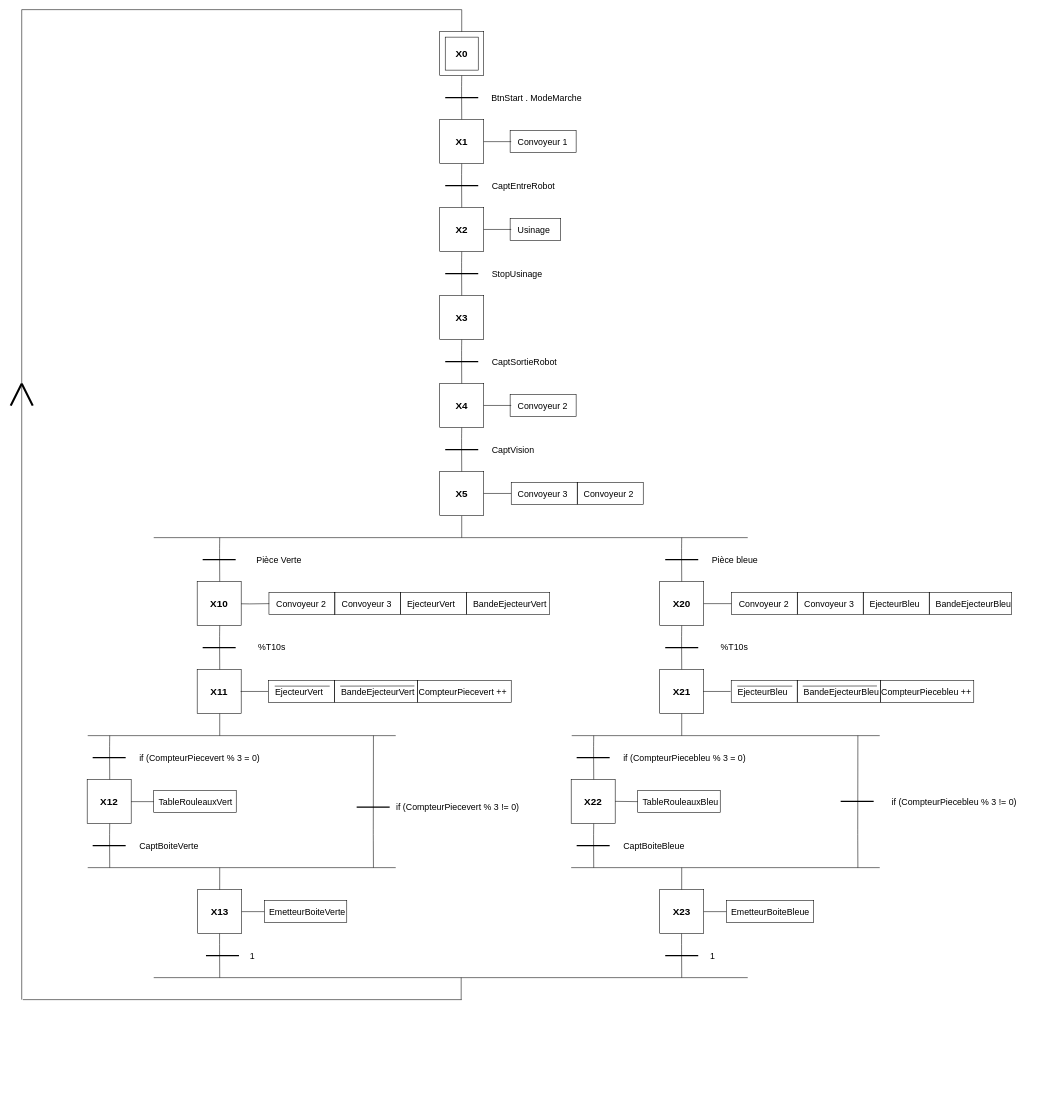
Before: Auto.drawio in Sem98-chain/INSA, a draw.io diagram. Source tidied: cells renumbered, new cells numbered last; positions are measured from the earlier drawing's top-left corner, leaving out a move shared by most shapes. Both pictures are drawn from the tidied source at 55%, with x=0, y=0 at pixel (10, 9).
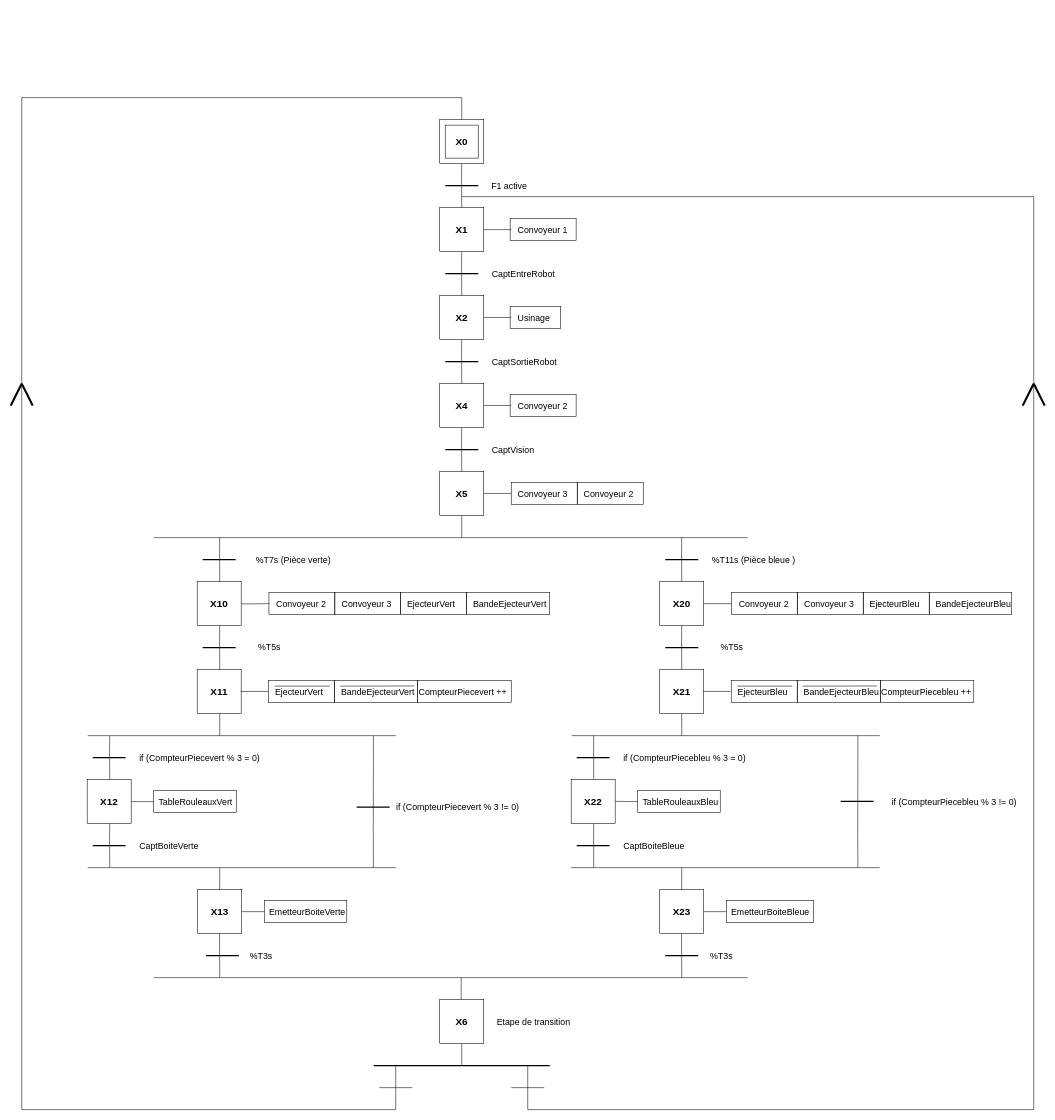
The same page after the edit.

Unchanged cells that the change refers to:
```xml
<mxCell id="5" style="whiteSpace=wrap;html=1;" parent="4" vertex="1">
  <mxGeometry width="80" height="80" as="geometry" />
</mxCell>
<mxCell id="113" style="group;" parent="1" vertex="1">
  <mxGeometry x="780" y="780" width="496" height="140" as="geometry" />
</mxCell>
```

Diff of the diagram source:
```diff
@@
     <mxCell id="4" style="group;" parent="1" vertex="1">
-      <mxGeometry x="780" y="40" width="80" height="80" as="geometry" />
+      <mxGeometry x="780" y="200" width="80" height="80" as="geometry" />
     </mxCell>
@@
     <mxCell id="8" style="endArrow=none;html=1;entryX=0.5;entryY=1;entryDx=0;entryDy=0;exitX=0.5;exitY=0;exitDx=0;exitDy=0;" parent="1" edge="1" source="9" target="5">
       <mxGeometry relative="1" as="geometry">
         <Array as="points">
-          <mxPoint x="819.7" y="140" />
+          <mxPoint x="819.7" y="300" />
         </Array>
       </mxGeometry>
     </mxCell>
     <mxCell id="9" style="whiteSpace=wrap;html=1;" parent="1" vertex="1">
-      <mxGeometry x="780" y="200" width="80" height="80" as="geometry" />
+      <mxGeometry x="780" y="360" width="80" height="80" as="geometry" />
     </mxCell>
     <mxCell id="10" style="endArrow=none;html=1;strokeWidth=2;" parent="1" edge="1">
       <mxGeometry relative="1" as="geometry">
-        <mxPoint x="790" y="160" as="sourcePoint" />
-        <mxPoint x="850" y="160" as="targetPoint" />
+        <mxPoint x="790" y="320" as="sourcePoint" />
+        <mxPoint x="850" y="320" as="targetPoint" />
       </mxGeometry>
     </mxCell>
     <mxCell id="11" style="endArrow=none;html=1;entryX=0.5;entryY=1;entryDx=0;entryDy=0;exitX=0.5;exitY=0;exitDx=0;exitDy=0;" parent="1" edge="1" source="12">
       <mxGeometry relative="1" as="geometry">
-        <mxPoint x="820" y="280" as="targetPoint" />
+        <mxPoint x="820" y="440" as="targetPoint" />
         <Array as="points">
-          <mxPoint x="819.7" y="300" />
+          <mxPoint x="819.7" y="460" />
         </Array>
       </mxGeometry>
     </mxCell>
     <mxCell id="12" style="whiteSpace=wrap;html=1;" parent="1" vertex="1">
-      <mxGeometry x="780" y="360" width="80" height="80" as="geometry" />
+      <mxGeometry x="780" y="520" width="80" height="80" as="geometry" />
     </mxCell>
     <mxCell id="13" style="endArrow=none;html=1;strokeWidth=2;" parent="1" edge="1">
       <mxGeometry relative="1" as="geometry">
-        <mxPoint x="790" y="320" as="sourcePoint" />
-        <mxPoint x="850" y="320" as="targetPoint" />
+        <mxPoint x="790" y="480" as="sourcePoint" />
+        <mxPoint x="850" y="480" as="targetPoint" />
       </mxGeometry>
     </mxCell>
-    <mxCell id="14" style="endArrow=none;html=1;entryX=0.5;entryY=1;entryDx=0;entryDy=0;exitX=0.5;exitY=0;exitDx=0;exitDy=0;" parent="1" edge="1" source="15">
-      <mxGeometry relative="1" as="geometry">
-        <mxPoint x="820" y="440" as="targetPoint" />
-        <Array as="points">
-          <mxPoint x="819.7" y="460" />
-        </Array>
-      </mxGeometry>
-    </mxCell>
-    <mxCell id="15" style="whiteSpace=wrap;html=1;" parent="1" vertex="1">
-      <mxGeometry x="780" y="520" width="80" height="80" as="geometry" />
-    </mxCell>
-    <mxCell id="16" style="endArrow=none;html=1;strokeWidth=2;" parent="1" edge="1">
-      <mxGeometry relative="1" as="geometry">
-        <mxPoint x="790" y="480" as="sourcePoint" />
-        <mxPoint x="850" y="480" as="targetPoint" />
-      </mxGeometry>
-    </mxCell>
-    <mxCell id="17" value="&lt;font style=&quot;font-size: 16px&quot;&gt;BtnStart . ModeMarche&lt;/font&gt;" style="text;html=1;strokeColor=none;fillColor=none;align=left;verticalAlign=middle;whiteSpace=wrap;rounded=0;" parent="1" vertex="1">
-      <mxGeometry x="872" y="150" width="236" height="20" as="geometry" />
+    <mxCell id="17" value="&lt;font style=&quot;font-size: 16px&quot;&gt;F1 active&lt;/font&gt;" style="text;html=1;strokeColor=none;fillColor=none;align=left;verticalAlign=middle;whiteSpace=wrap;rounded=0;" parent="1" vertex="1">
+      <mxGeometry x="872" y="310" width="148" height="20" as="geometry" />
     </mxCell>
     <mxCell id="18" value="&lt;font size=&quot;1&quot;&gt;&lt;b style=&quot;font-size: 18px&quot;&gt;X1&lt;/b&gt;&lt;/font&gt;" style="text;html=1;strokeColor=none;fillColor=none;align=center;verticalAlign=middle;whiteSpace=wrap;rounded=0;" parent="1" vertex="1">
-      <mxGeometry x="800" y="230" width="40" height="20" as="geometry" />
+      <mxGeometry x="800" y="390" width="40" height="20" as="geometry" />
     </mxCell>
     <mxCell id="19" value="&lt;font size=&quot;1&quot;&gt;&lt;b style=&quot;font-size: 18px&quot;&gt;X2&lt;/b&gt;&lt;/font&gt;" style="text;html=1;strokeColor=none;fillColor=none;align=center;verticalAlign=middle;whiteSpace=wrap;rounded=0;" parent="1" vertex="1">
-      <mxGeometry x="800" y="390" width="40" height="20" as="geometry" />
+      <mxGeometry x="800" y="550" width="40" height="20" as="geometry" />
     </mxCell>
     <mxCell id="20" style="endArrow=none;html=1;strokeWidth=1;exitX=0.5;exitY=0;exitDx=0;exitDy=0;" parent="1" edge="1" source="5">
       <mxGeometry relative="1" as="geometry">
-        <mxPoint x="820" as="targetPoint" />
+        <mxPoint x="820" y="160" as="targetPoint" />
       </mxGeometry>
     </mxCell>
     <mxCell id="21" style="endArrow=none;html=1;strokeWidth=1;" parent="1" edge="1">
       <mxGeometry relative="1" as="geometry">
-        <mxPoint x="20" as="sourcePoint" />
-        <mxPoint x="820" as="targetPoint" />
+        <mxPoint x="20" y="160" as="sourcePoint" />
+        <mxPoint x="820" y="160" as="targetPoint" />
       </mxGeometry>
     </mxCell>
-    <mxCell id="22" value="&lt;font size=&quot;1&quot;&gt;&lt;b style=&quot;font-size: 18px&quot;&gt;X3&lt;/b&gt;&lt;/font&gt;" style="text;html=1;strokeColor=none;fillColor=none;align=center;verticalAlign=middle;whiteSpace=wrap;rounded=0;" parent="1" vertex="1">
-      <mxGeometry x="800" y="550" width="40" height="20" as="geometry" />
-    </mxCell>
     <mxCell id="23" value="&lt;font style=&quot;font-size: 16px&quot;&gt;Convoyeur 1&lt;/font&gt;" style="text;html=1;strokeColor=none;fillColor=none;align=left;verticalAlign=middle;whiteSpace=wrap;rounded=0;" parent="1" vertex="1">
-      <mxGeometry x="920" y="230" width="236" height="20" as="geometry" />
+      <mxGeometry x="920" y="390" width="236" height="20" as="geometry" />
     </mxCell>
     <mxCell id="24" style="endArrow=none;html=1;strokeWidth=1;" parent="1" edge="1">
       <mxGeometry relative="1" as="geometry">
-        <mxPoint x="860" y="240" as="sourcePoint" />
-        <mxPoint x="910" y="240" as="targetPoint" />
+        <mxPoint x="860" y="400" as="sourcePoint" />
+        <mxPoint x="910" y="400" as="targetPoint" />
       </mxGeometry>
     </mxCell>
     <mxCell id="25" value="&lt;font style=&quot;font-size: 16px&quot;&gt;CaptEntreRobot&lt;br&gt;&lt;/font&gt;" style="text;html=1;strokeColor=none;fillColor=none;align=left;verticalAlign=middle;whiteSpace=wrap;rounded=0;" parent="1" vertex="1">
-      <mxGeometry x="873" y="310" width="236" height="20" as="geometry" />
+      <mxGeometry x="873" y="470" width="236" height="20" as="geometry" />
     </mxCell>
     <mxCell id="26" style="endArrow=none;html=1;strokeWidth=1;" parent="1" edge="1">
       <mxGeometry relative="1" as="geometry">
-        <mxPoint x="860" y="399.7" as="sourcePoint" />
-        <mxPoint x="910" y="399.7" as="targetPoint" />
+        <mxPoint x="860" y="559.7" as="sourcePoint" />
+        <mxPoint x="910" y="559.7" as="targetPoint" />
       </mxGeometry>
     </mxCell>
     <mxCell id="27" value="&lt;font style=&quot;font-size: 16px&quot;&gt;Usinage&lt;/font&gt;" style="text;html=1;strokeColor=none;fillColor=none;align=left;verticalAlign=middle;whiteSpace=wrap;rounded=0;" parent="1" vertex="1">
-      <mxGeometry x="920" y="390" width="80" height="20" as="geometry" />
+      <mxGeometry x="920" y="550" width="80" height="20" as="geometry" />
     </mxCell>
-    <mxCell id="28" value="&lt;font style=&quot;font-size: 16px&quot;&gt;StopUsinage&lt;br&gt;&lt;/font&gt;" style="text;html=1;strokeColor=none;fillColor=none;align=left;verticalAlign=middle;whiteSpace=wrap;rounded=0;" parent="1" vertex="1">
-      <mxGeometry x="873" y="470" width="236" height="20" as="geometry" />
-    </mxCell>
@@
-    <mxCell id="46" value="&lt;font style=&quot;font-size: 16px&quot;&gt;Pièce Verte&amp;nbsp;&lt;/font&gt;" style="text;html=1;strokeColor=none;fillColor=none;align=left;verticalAlign=middle;whiteSpace=wrap;rounded=0;" parent="1" vertex="1">
-      <mxGeometry x="445" y="990" width="98" height="20" as="geometry" />
+    <mxCell id="46" value="&lt;span style=&quot;font-size: 16px&quot;&gt;%T7s (Pièce verte)&lt;/span&gt;" style="text;html=1;strokeColor=none;fillColor=none;align=left;verticalAlign=middle;whiteSpace=wrap;rounded=0;" parent="1" vertex="1">
+      <mxGeometry x="444" y="990" width="205" height="20" as="geometry" />
     </mxCell>
@@
-    <mxCell id="55" value="&lt;font style=&quot;font-size: 16px&quot;&gt;Pièce bleue&amp;nbsp;&lt;br&gt;&lt;/font&gt;" style="text;html=1;strokeColor=none;fillColor=none;align=left;verticalAlign=middle;whiteSpace=wrap;rounded=0;" parent="1" vertex="1">
+    <mxCell id="55" value="&lt;font style=&quot;font-size: 16px&quot;&gt;%T11s (Pièce bleue )&lt;br&gt;&lt;/font&gt;" style="text;html=1;strokeColor=none;fillColor=none;align=left;verticalAlign=middle;whiteSpace=wrap;rounded=0;" parent="1" vertex="1">
       <mxGeometry x="1273" y="990" width="236" height="20" as="geometry" />
     </mxCell>
     <mxCell id="56" style="endArrow=none;html=1;strokeWidth=1;" parent="1" edge="1">
       <mxGeometry relative="1" as="geometry">
-        <mxPoint x="20" y="1800" as="sourcePoint" />
-        <mxPoint x="20" as="targetPoint" />
+        <mxPoint x="20" y="2000" as="sourcePoint" />
+        <mxPoint x="20" y="160" as="targetPoint" />
       </mxGeometry>
     </mxCell>
@@
     <mxCell id="60" style="rounded=0;whiteSpace=wrap;html=1;fillColor=none;gradientColor=none;" parent="1" vertex="1">
-      <mxGeometry x="908" y="380" width="92" height="40" as="geometry" />
+      <mxGeometry x="908" y="540" width="92" height="40" as="geometry" />
     </mxCell>
     <mxCell id="61" style="rounded=0;whiteSpace=wrap;html=1;fillColor=none;gradientColor=none;" parent="1" vertex="1">
-      <mxGeometry x="908" y="220" width="120" height="40" as="geometry" />
+      <mxGeometry x="908" y="380" width="120" height="40" as="geometry" />
     </mxCell>
@@
-    <mxCell id="79" style="endArrow=none;html=1;strokeWidth=1;" parent="1" edge="1">
-      <mxGeometry relative="1" as="geometry">
-        <mxPoint x="22" y="1800" as="sourcePoint" />
-        <mxPoint x="820" y="1800" as="targetPoint" />
-      </mxGeometry>
-    </mxCell>
@@
-    <mxCell id="104" value="&lt;font style=&quot;font-size: 16px&quot;&gt;1&lt;br&gt;&lt;/font&gt;" style="text;html=1;strokeColor=none;fillColor=none;align=left;verticalAlign=middle;whiteSpace=wrap;rounded=0;" parent="1" vertex="1">
+    <mxCell id="104" value="&lt;font style=&quot;font-size: 16px&quot;&gt;%T3s&lt;br&gt;&lt;/font&gt;" style="text;html=1;strokeColor=none;fillColor=none;align=left;verticalAlign=middle;whiteSpace=wrap;rounded=0;" parent="1" vertex="1">
       <mxGeometry x="433" y="1710" width="128" height="20" as="geometry" />
     </mxCell>
@@
-    <mxCell id="111" value="&lt;font style=&quot;font-size: 16px&quot;&gt;1&lt;br&gt;&lt;/font&gt;" style="text;html=1;strokeColor=none;fillColor=none;align=left;verticalAlign=middle;whiteSpace=wrap;rounded=0;" parent="1" vertex="1">
+    <mxCell id="111" value="&lt;font style=&quot;font-size: 16px&quot;&gt;%T3s&lt;br&gt;&lt;/font&gt;" style="text;html=1;strokeColor=none;fillColor=none;align=left;verticalAlign=middle;whiteSpace=wrap;rounded=0;" parent="1" vertex="1">
       <mxGeometry x="1270" y="1710" width="52" height="20" as="geometry" />
     </mxCell>
-    <mxCell id="112" style="endArrow=none;html=1;" parent="1" edge="1" target="17">
-      <mxGeometry relative="1" as="geometry">
-        <mxPoint x="949" y="150" as="sourcePoint" />
-      </mxGeometry>
-    </mxCell>
@@
     <mxCell id="122" value="&lt;font style=&quot;font-size: 16px&quot;&gt;Convoyeur 2&lt;/font&gt;" style="text;html=1;strokeColor=none;fillColor=none;align=left;verticalAlign=middle;whiteSpace=wrap;rounded=0;" parent="113" vertex="1">
-      <mxGeometry x="260" y="90" width="236" height="20" as="geometry" />
+      <mxGeometry x="260" y="90" width="140" height="20" as="geometry" />
     </mxCell>
@@
-    <mxCell id="141" value="&lt;span style=&quot;font-size: 16px&quot;&gt;%T10s&lt;/span&gt;" style="text;html=1;strokeColor=none;fillColor=none;align=left;verticalAlign=middle;whiteSpace=wrap;rounded=0;" parent="1" vertex="1">
+    <mxCell id="141" value="&lt;span style=&quot;font-size: 16px&quot;&gt;%T5s&lt;/span&gt;" style="text;html=1;strokeColor=none;fillColor=none;align=left;verticalAlign=middle;whiteSpace=wrap;rounded=0;" parent="1" vertex="1">
       <mxGeometry x="448" y="1148" width="98" height="20" as="geometry" />
     </mxCell>
@@
-    <mxCell id="162" value="&lt;span style=&quot;font-size: 16px&quot;&gt;%T10s&lt;/span&gt;" style="text;html=1;strokeColor=none;fillColor=none;align=left;verticalAlign=middle;whiteSpace=wrap;rounded=0;" parent="1" vertex="1">
+    <mxCell id="162" value="&lt;span style=&quot;font-size: 16px&quot;&gt;%T5s&lt;/span&gt;" style="text;html=1;strokeColor=none;fillColor=none;align=left;verticalAlign=middle;whiteSpace=wrap;rounded=0;" parent="1" vertex="1">
       <mxGeometry x="1289" y="1148" width="98" height="20" as="geometry" />
     </mxCell>
@@
+    <mxCell id="171" style="whiteSpace=wrap;html=1;" parent="1" vertex="1">
+      <mxGeometry x="780" y="1800" width="80" height="80" as="geometry" />
+    </mxCell>
+    <mxCell id="172" value="&lt;font size=&quot;1&quot;&gt;&lt;b style=&quot;font-size: 18px&quot;&gt;X6&lt;/b&gt;&lt;/font&gt;" style="text;html=1;strokeColor=none;fillColor=none;align=center;verticalAlign=middle;whiteSpace=wrap;rounded=0;" parent="1" vertex="1">
+      <mxGeometry x="800" y="1830" width="40" height="20" as="geometry" />
+    </mxCell>
+    <mxCell id="173" style="endArrow=none;html=1;strokeWidth=2;" parent="1" edge="1">
+      <mxGeometry relative="1" as="geometry">
+        <mxPoint x="660" y="1920" as="sourcePoint" />
+        <mxPoint x="980" y="1920" as="targetPoint" />
+      </mxGeometry>
+    </mxCell>
+    <mxCell id="174" value="&lt;font style=&quot;font-size: 16px&quot;&gt;Etape de transition&lt;br&gt;&lt;/font&gt;" style="text;html=1;strokeColor=none;fillColor=none;align=left;verticalAlign=middle;whiteSpace=wrap;rounded=0;" parent="1" vertex="1">
+      <mxGeometry x="882" y="1830" width="158" height="20" as="geometry" />
+    </mxCell>
+    <mxCell id="175" style="endArrow=none;html=1;" parent="1" edge="1">
+      <mxGeometry relative="1" as="geometry">
+        <mxPoint x="820" y="1920" as="sourcePoint" />
+        <mxPoint x="820" y="1880" as="targetPoint" />
+      </mxGeometry>
+    </mxCell>
+    <mxCell id="176" style="endArrow=none;html=1;" parent="1" edge="1">
+      <mxGeometry relative="1" as="geometry">
+        <mxPoint x="700" y="2000" as="sourcePoint" />
+        <mxPoint x="700" y="1920" as="targetPoint" />
+      </mxGeometry>
+    </mxCell>
+    <mxCell id="177" style="endArrow=none;html=1;" parent="1" edge="1">
+      <mxGeometry relative="1" as="geometry">
+        <mxPoint x="940" y="2000" as="sourcePoint" />
+        <mxPoint x="940" y="1920" as="targetPoint" />
+      </mxGeometry>
+    </mxCell>
+    <mxCell id="178" style="endArrow=none;html=1;" parent="1" edge="1">
+      <mxGeometry relative="1" as="geometry">
+        <mxPoint x="670" y="1960" as="sourcePoint" />
+        <mxPoint x="730" y="1960" as="targetPoint" />
+      </mxGeometry>
+    </mxCell>
+    <mxCell id="179" style="endArrow=none;html=1;" parent="1" edge="1">
+      <mxGeometry relative="1" as="geometry">
+        <mxPoint x="910" y="1960" as="sourcePoint" />
+        <mxPoint x="970" y="1960" as="targetPoint" />
+      </mxGeometry>
+    </mxCell>
+    <mxCell id="180" style="endArrow=none;html=1;" parent="1" edge="1">
+      <mxGeometry relative="1" as="geometry">
+        <mxPoint x="20" y="2000" as="sourcePoint" />
+        <mxPoint x="700" y="2000" as="targetPoint" />
+      </mxGeometry>
+    </mxCell>
+    <mxCell id="181" style="endArrow=none;html=1;" parent="1" edge="1">
+      <mxGeometry relative="1" as="geometry">
+        <mxPoint x="940" y="2000" as="sourcePoint" />
+        <mxPoint x="1860" y="2000" as="targetPoint" />
+      </mxGeometry>
+    </mxCell>
+    <mxCell id="182" style="endArrow=none;html=1;strokeWidth=1;" parent="1" edge="1">
+      <mxGeometry relative="1" as="geometry">
+        <mxPoint x="1860" y="2000" as="sourcePoint" />
+        <mxPoint x="1860" y="340" as="targetPoint" />
+      </mxGeometry>
+    </mxCell>
+    <mxCell id="183" style="endArrow=none;html=1;strokeWidth=4;" parent="1" edge="1">
+      <mxGeometry relative="1" as="geometry">
+        <mxPoint x="1840" y="720" as="sourcePoint" />
+        <mxPoint x="1860" y="680" as="targetPoint" />
+      </mxGeometry>
+    </mxCell>
+    <mxCell id="184" style="endArrow=none;html=1;strokeWidth=4;" parent="1" edge="1">
+      <mxGeometry relative="1" as="geometry">
+        <mxPoint x="1880" y="720" as="sourcePoint" />
+        <mxPoint x="1860" y="680" as="targetPoint" />
+      </mxGeometry>
+    </mxCell>
+    <mxCell id="185" style="endArrow=none;html=1;" parent="1" edge="1">
+      <mxGeometry relative="1" as="geometry">
+        <mxPoint x="820" y="340" as="sourcePoint" />
+        <mxPoint x="1860" y="340" as="targetPoint" />
+      </mxGeometry>
+    </mxCell>
```
